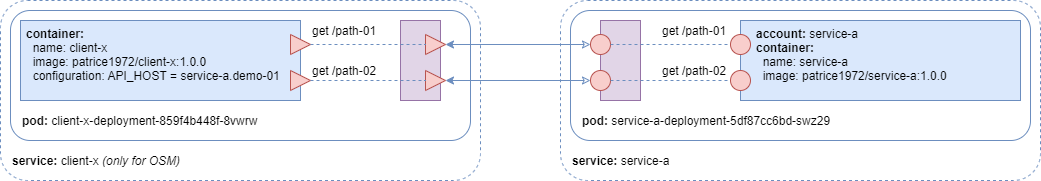
The draw.io diagram uc-01.01.fig-01.png in patricekrakow/service-mesh-use-cases, before a commit. Source tidied: cells renumbered, new cells last; positions are measured from the earlier drawing's top-left corner, leaving out a move shared by most shapes.
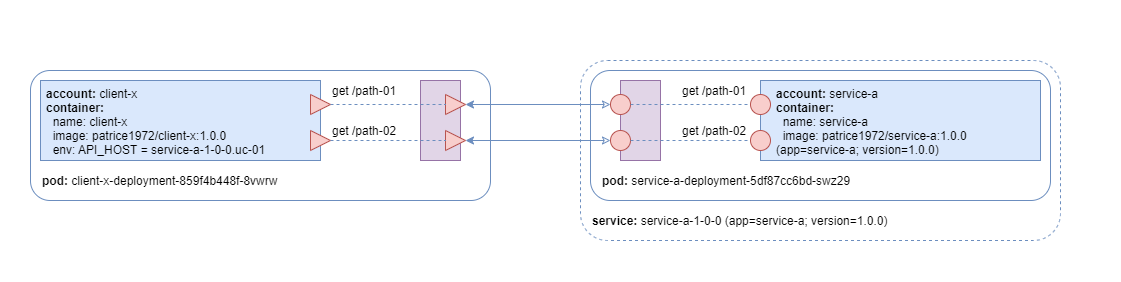
After the commit.

The edit, as a diff of the source:
```diff
@@ -2,95 +2,92 @@
   <root>
     <mxCell id="0" />
     <mxCell id="1" parent="0" />
-    <mxCell id="2" style="rounded=0;whiteSpace=wrap;html=1;fillColor=#e1d5e7;strokeColor=#9673a6;" parent="1" vertex="1">
-      <mxGeometry x="400" y="20" width="40" height="80" as="geometry" />
+    <mxCell id="2" style="rounded=0;whiteSpace=wrap;html=1;fillColor=none;strokeColor=none;" parent="1" vertex="1">
+      <mxGeometry x="-20" y="-20" width="1120" height="280" as="geometry" />
     </mxCell>
-    <mxCell id="3" style="rounded=1;whiteSpace=wrap;html=1;strokeColor=#6c8ebf;fillColor=none;dashed=1;" parent="1" vertex="1">
-      <mxGeometry width="480" height="180" as="geometry" />
+    <mxCell id="3" style="rounded=0;whiteSpace=wrap;html=1;fillColor=#e1d5e7;strokeColor=#9673a6;" parent="1" vertex="1">
+      <mxGeometry x="400" y="60" width="40" height="80" as="geometry" />
     </mxCell>
     <mxCell id="4" style="rounded=1;whiteSpace=wrap;html=1;strokeColor=#6c8ebf;fillColor=none;" parent="1" vertex="1">
-      <mxGeometry x="10" y="10" width="460" height="130" as="geometry" />
+      <mxGeometry x="10" y="50" width="460" height="130" as="geometry" />
     </mxCell>
-    <mxCell id="5" value="&lt;blockquote style=&quot;margin: 0 0 0 40px ; border: none ; padding: 0px&quot;&gt;&lt;/blockquote&gt;&lt;b&gt;container:&lt;/b&gt;&lt;br&gt;&amp;nbsp; name: client-x&lt;br&gt;&lt;blockquote style=&quot;margin: 0 0 0 40px ; border: none ; padding: 0px&quot;&gt;&lt;/blockquote&gt;&amp;nbsp; image:&amp;nbsp;patrice1972/client-x:1.0.0&lt;br&gt;&amp;nbsp; configuration:&amp;nbsp;API_HOST = service-a.demo-01" style="rounded=0;whiteSpace=wrap;html=1;fillColor=#dae8fc;strokeColor=#6c8ebf;align=left;labelPosition=center;verticalLabelPosition=middle;verticalAlign=top;spacingLeft=4;" parent="1" vertex="1">
-      <mxGeometry x="20" y="20" width="280" height="80" as="geometry" />
+    <mxCell id="5" value="&lt;blockquote style=&quot;margin: 0 0 0 40px ; border: none ; padding: 0px&quot;&gt;&lt;/blockquote&gt;&lt;b&gt;account:&lt;/b&gt; client-x&lt;br&gt;&lt;b&gt;container:&lt;/b&gt;&lt;br&gt;&amp;nbsp; name: client-x&lt;br&gt;&lt;blockquote style=&quot;margin: 0 0 0 40px ; border: none ; padding: 0px&quot;&gt;&lt;/blockquote&gt;&amp;nbsp; image:&amp;nbsp;patrice1972/client-x:1.0.0&lt;br&gt;&amp;nbsp; env:&amp;nbsp;API_HOST = service-a-1-0-0.uc-01" style="rounded=0;whiteSpace=wrap;html=1;fillColor=#dae8fc;strokeColor=#6c8ebf;align=left;labelPosition=center;verticalLabelPosition=middle;verticalAlign=top;spacingLeft=4;" parent="1" vertex="1">
+      <mxGeometry x="20" y="60" width="280" height="80" as="geometry" />
     </mxCell>
     <mxCell id="6" style="triangle;whiteSpace=wrap;html=1;fillColor=#f8cecc;strokeColor=#b85450;" parent="1" vertex="1">
-      <mxGeometry x="290" y="34" width="20" height="20" as="geometry" />
+      <mxGeometry x="290" y="74" width="20" height="20" as="geometry" />
     </mxCell>
     <mxCell id="7" style="triangle;whiteSpace=wrap;html=1;fillColor=#f8cecc;strokeColor=#b85450;" parent="1" vertex="1">
-      <mxGeometry x="290" y="70" width="20" height="20" as="geometry" />
+      <mxGeometry x="290" y="110" width="20" height="20" as="geometry" />
     </mxCell>
     <mxCell id="8" value="get /path-01" style="text;html=1;strokeColor=none;fillColor=none;align=left;verticalAlign=middle;whiteSpace=wrap;rounded=0;dashed=1;" parent="1" vertex="1">
-      <mxGeometry x="310" y="20" width="80" height="20" as="geometry" />
+      <mxGeometry x="310" y="60" width="80" height="20" as="geometry" />
     </mxCell>
     <mxCell id="9" value="get /path-02" style="text;html=1;strokeColor=none;fillColor=none;align=left;verticalAlign=middle;whiteSpace=wrap;rounded=0;dashed=1;" parent="1" vertex="1">
-      <mxGeometry x="310" y="60" width="80" height="20" as="geometry" />
+      <mxGeometry x="310" y="100" width="80" height="20" as="geometry" />
     </mxCell>
     <mxCell id="10" style="triangle;whiteSpace=wrap;html=1;fillColor=#f8cecc;strokeColor=#b85450;" parent="1" vertex="1">
-      <mxGeometry x="425" y="70" width="20" height="20" as="geometry" />
+      <mxGeometry x="425" y="110" width="20" height="20" as="geometry" />
     </mxCell>
     <mxCell id="11" value="&lt;b&gt;pod:&lt;/b&gt;&amp;nbsp;client-x-deployment-859f4b448f-8vwrw" style="text;html=1;strokeColor=none;fillColor=none;align=left;verticalAlign=middle;whiteSpace=wrap;rounded=0;dashed=1;" parent="1" vertex="1">
-      <mxGeometry x="20" y="110" width="280" height="20" as="geometry" />
+      <mxGeometry x="20" y="150" width="280" height="20" as="geometry" />
     </mxCell>
-    <mxCell id="12" value="&lt;b&gt;service:&lt;/b&gt;&amp;nbsp;client-x &lt;i&gt;(only for OSM)&lt;/i&gt;" style="text;html=1;strokeColor=none;fillColor=none;align=left;verticalAlign=middle;whiteSpace=wrap;rounded=0;dashed=1;" parent="1" vertex="1">
-      <mxGeometry x="10" y="150" width="280" height="20" as="geometry" />
+    <mxCell id="12" style="rounded=1;whiteSpace=wrap;html=1;strokeColor=#6c8ebf;fillColor=none;dashed=1;" parent="1" vertex="1">
+      <mxGeometry x="560" y="40" width="480" height="180" as="geometry" />
     </mxCell>
-    <mxCell id="13" style="rounded=1;whiteSpace=wrap;html=1;strokeColor=#6c8ebf;fillColor=none;dashed=1;" parent="1" vertex="1">
-      <mxGeometry x="560" width="480" height="180" as="geometry" />
+    <mxCell id="13" style="rounded=1;whiteSpace=wrap;html=1;strokeColor=#6c8ebf;fillColor=none;" parent="1" vertex="1">
+      <mxGeometry x="570" y="50" width="460" height="130" as="geometry" />
     </mxCell>
-    <mxCell id="14" style="rounded=1;whiteSpace=wrap;html=1;strokeColor=#6c8ebf;fillColor=none;" parent="1" vertex="1">
-      <mxGeometry x="570" y="10" width="460" height="130" as="geometry" />
+    <mxCell id="14" value="&lt;blockquote style=&quot;margin: 0 0 0 40px ; border: none ; padding: 0px&quot;&gt;&lt;/blockquote&gt;&lt;b&gt;account:&lt;/b&gt;&amp;nbsp;service-a&lt;br&gt;&lt;b&gt;container:&lt;/b&gt;&lt;br&gt;&amp;nbsp; name: service-a&lt;br&gt;&lt;blockquote style=&quot;margin: 0 0 0 40px ; border: none ; padding: 0px&quot;&gt;&lt;/blockquote&gt;&amp;nbsp; image:&amp;nbsp;patrice1972/service-a:1.0.0&lt;br&gt;(app=service-a; version=1.0.0)" style="rounded=0;whiteSpace=wrap;html=1;fillColor=#dae8fc;strokeColor=#6c8ebf;align=left;labelPosition=center;verticalLabelPosition=middle;verticalAlign=top;spacingLeft=14;" parent="1" vertex="1">
+      <mxGeometry x="740" y="60" width="280" height="80" as="geometry" />
     </mxCell>
-    <mxCell id="15" value="&lt;blockquote style=&quot;margin: 0 0 0 40px ; border: none ; padding: 0px&quot;&gt;&lt;/blockquote&gt;&lt;b&gt;account:&lt;/b&gt;&amp;nbsp;service-a&lt;br&gt;&lt;b&gt;container:&lt;/b&gt;&lt;br&gt;&amp;nbsp; name: service-a&lt;br&gt;&lt;blockquote style=&quot;margin: 0 0 0 40px ; border: none ; padding: 0px&quot;&gt;&lt;/blockquote&gt;&amp;nbsp; image:&amp;nbsp;patrice1972/service-a:1.0.0" style="rounded=0;whiteSpace=wrap;html=1;fillColor=#dae8fc;strokeColor=#6c8ebf;align=left;labelPosition=center;verticalLabelPosition=middle;verticalAlign=top;spacingLeft=14;" parent="1" vertex="1">
-      <mxGeometry x="740" y="20" width="280" height="80" as="geometry" />
+    <mxCell id="15" value="get /path-01" style="text;html=1;strokeColor=none;fillColor=none;align=left;verticalAlign=middle;whiteSpace=wrap;rounded=0;dashed=1;" parent="1" vertex="1">
+      <mxGeometry x="660" y="60" width="80" height="20" as="geometry" />
     </mxCell>
-    <mxCell id="16" value="get /path-01" style="text;html=1;strokeColor=none;fillColor=none;align=left;verticalAlign=middle;whiteSpace=wrap;rounded=0;dashed=1;" parent="1" vertex="1">
-      <mxGeometry x="660" y="20" width="80" height="20" as="geometry" />
+    <mxCell id="16" value="get /path-02" style="text;html=1;strokeColor=none;fillColor=none;align=left;verticalAlign=middle;whiteSpace=wrap;rounded=0;dashed=1;" parent="1" vertex="1">
+      <mxGeometry x="660" y="100" width="80" height="20" as="geometry" />
     </mxCell>
-    <mxCell id="17" value="get /path-02" style="text;html=1;strokeColor=none;fillColor=none;align=left;verticalAlign=middle;whiteSpace=wrap;rounded=0;dashed=1;" parent="1" vertex="1">
-      <mxGeometry x="660" y="60" width="80" height="20" as="geometry" />
+    <mxCell id="17" value="&lt;b&gt;pod:&lt;/b&gt;&amp;nbsp;service-a-deployment-5df87cc6bd-swz29" style="text;html=1;strokeColor=none;fillColor=none;align=left;verticalAlign=middle;whiteSpace=wrap;rounded=0;dashed=1;" parent="1" vertex="1">
+      <mxGeometry x="580" y="150" width="280" height="20" as="geometry" />
     </mxCell>
-    <mxCell id="18" value="&lt;b&gt;pod:&lt;/b&gt;&amp;nbsp;service-a-deployment-5df87cc6bd-swz29" style="text;html=1;strokeColor=none;fillColor=none;align=left;verticalAlign=middle;whiteSpace=wrap;rounded=0;dashed=1;" parent="1" vertex="1">
-      <mxGeometry x="580" y="110" width="280" height="20" as="geometry" />
+    <mxCell id="18" value="&lt;b&gt;service:&lt;/b&gt;&amp;nbsp;service-a-1-0-0 (app=service-a; version=1.0.0)" style="text;html=1;strokeColor=none;fillColor=none;align=left;verticalAlign=middle;whiteSpace=wrap;rounded=0;dashed=1;" parent="1" vertex="1">
+      <mxGeometry x="570" y="190" width="370" height="20" as="geometry" />
     </mxCell>
-    <mxCell id="19" value="&lt;b&gt;service:&lt;/b&gt;&amp;nbsp;service-a" style="text;html=1;strokeColor=none;fillColor=none;align=left;verticalAlign=middle;whiteSpace=wrap;rounded=0;dashed=1;" parent="1" vertex="1">
-      <mxGeometry x="570" y="150" width="280" height="20" as="geometry" />
+    <mxCell id="19" style="ellipse;whiteSpace=wrap;html=1;fillColor=#f8cecc;strokeColor=#b85450;" parent="1" vertex="1">
+      <mxGeometry x="730" y="74" width="20" height="20" as="geometry" />
     </mxCell>
     <mxCell id="20" style="ellipse;whiteSpace=wrap;html=1;fillColor=#f8cecc;strokeColor=#b85450;" parent="1" vertex="1">
-      <mxGeometry x="730" y="34" width="20" height="20" as="geometry" />
+      <mxGeometry x="730" y="110" width="20" height="20" as="geometry" />
     </mxCell>
-    <mxCell id="21" style="ellipse;whiteSpace=wrap;html=1;fillColor=#f8cecc;strokeColor=#b85450;" parent="1" vertex="1">
-      <mxGeometry x="730" y="70" width="20" height="20" as="geometry" />
+    <mxCell id="21" style="rounded=0;whiteSpace=wrap;html=1;fillColor=#e1d5e7;strokeColor=#9673a6;" parent="1" vertex="1">
+      <mxGeometry x="600" y="60" width="40" height="80" as="geometry" />
     </mxCell>
-    <mxCell id="22" style="rounded=0;whiteSpace=wrap;html=1;fillColor=#e1d5e7;strokeColor=#9673a6;" parent="1" vertex="1">
-      <mxGeometry x="600" y="20" width="40" height="80" as="geometry" />
+    <mxCell id="22" style="ellipse;whiteSpace=wrap;html=1;fillColor=#f8cecc;strokeColor=#b85450;" parent="1" vertex="1">
+      <mxGeometry x="590" y="74" width="20" height="20" as="geometry" />
     </mxCell>
     <mxCell id="23" style="ellipse;whiteSpace=wrap;html=1;fillColor=#f8cecc;strokeColor=#b85450;" parent="1" vertex="1">
-      <mxGeometry x="590" y="34" width="20" height="20" as="geometry" />
+      <mxGeometry x="590" y="110" width="20" height="20" as="geometry" />
     </mxCell>
-    <mxCell id="24" style="ellipse;whiteSpace=wrap;html=1;fillColor=#f8cecc;strokeColor=#b85450;" parent="1" vertex="1">
-      <mxGeometry x="590" y="70" width="20" height="20" as="geometry" />
+    <mxCell id="24" style="endArrow=classic;startArrow=classic;html=1;fillColor=#dae8fc;strokeColor=#6c8ebf;exitX=1;exitY=0.5;exitDx=0;exitDy=0;entryX=0;entryY=0.5;entryDx=0;entryDy=0;endFill=0;" parent="1" edge="1" source="25" target="22">
+      <mxGeometry relative="1" as="geometry" />
     </mxCell>
-    <mxCell id="25" style="endArrow=classic;startArrow=classic;html=1;fillColor=#dae8fc;strokeColor=#6c8ebf;exitX=1;exitY=0.5;exitDx=0;exitDy=0;entryX=0;entryY=0.5;entryDx=0;entryDy=0;endFill=0;" parent="1" edge="1" source="26" target="23">
-      <mxGeometry relative="1" as="geometry" />
+    <mxCell id="25" style="triangle;whiteSpace=wrap;html=1;fillColor=#f8cecc;strokeColor=#b85450;" parent="1" vertex="1">
+      <mxGeometry x="425" y="74" width="20" height="20" as="geometry" />
     </mxCell>
-    <mxCell id="26" style="triangle;whiteSpace=wrap;html=1;fillColor=#f8cecc;strokeColor=#b85450;" parent="1" vertex="1">
-      <mxGeometry x="425" y="34" width="20" height="20" as="geometry" />
+    <mxCell id="26" style="endArrow=classic;startArrow=classic;html=1;fillColor=#dae8fc;strokeColor=#6c8ebf;exitX=1;exitY=0.5;exitDx=0;exitDy=0;entryX=0;entryY=0.5;entryDx=0;entryDy=0;endFill=0;" parent="1" edge="1" source="10" target="23">
+      <mxGeometry relative="1" as="geometry" />
     </mxCell>
-    <mxCell id="27" style="endArrow=classic;startArrow=classic;html=1;fillColor=#dae8fc;strokeColor=#6c8ebf;exitX=1;exitY=0.5;exitDx=0;exitDy=0;entryX=0;entryY=0.5;entryDx=0;entryDy=0;endFill=0;" parent="1" edge="1" source="10" target="24">
+    <mxCell id="27" style="endArrow=none;html=1;fillColor=#dae8fc;strokeColor=#6c8ebf;dashed=1;exitX=1;exitY=0.5;exitDx=0;exitDy=0;entryX=0;entryY=0.5;entryDx=0;entryDy=0;" parent="1" edge="1" source="6" target="25">
       <mxGeometry relative="1" as="geometry" />
     </mxCell>
-    <mxCell id="28" style="endArrow=none;html=1;fillColor=#dae8fc;strokeColor=#6c8ebf;dashed=1;exitX=1;exitY=0.5;exitDx=0;exitDy=0;entryX=0;entryY=0.5;entryDx=0;entryDy=0;" parent="1" edge="1" source="6" target="26">
+    <mxCell id="28" style="endArrow=none;html=1;fillColor=#dae8fc;strokeColor=#6c8ebf;dashed=1;exitX=0;exitY=1;exitDx=0;exitDy=0;entryX=0;entryY=0.5;entryDx=0;entryDy=0;" parent="1" edge="1" source="9" target="10">
       <mxGeometry relative="1" as="geometry" />
     </mxCell>
-    <mxCell id="29" style="endArrow=none;html=1;fillColor=#dae8fc;strokeColor=#6c8ebf;dashed=1;exitX=0;exitY=1;exitDx=0;exitDy=0;entryX=0;entryY=0.5;entryDx=0;entryDy=0;" parent="1" edge="1" source="9" target="10">
+    <mxCell id="29" style="endArrow=none;html=1;fillColor=#dae8fc;strokeColor=#6c8ebf;dashed=1;exitX=1;exitY=0.5;exitDx=0;exitDy=0;entryX=0;entryY=0.5;entryDx=0;entryDy=0;" parent="1" edge="1" source="22" target="19">
       <mxGeometry relative="1" as="geometry" />
     </mxCell>
     <mxCell id="30" style="endArrow=none;html=1;fillColor=#dae8fc;strokeColor=#6c8ebf;dashed=1;exitX=1;exitY=0.5;exitDx=0;exitDy=0;entryX=0;entryY=0.5;entryDx=0;entryDy=0;" parent="1" edge="1" source="23" target="20">
       <mxGeometry relative="1" as="geometry" />
     </mxCell>
-    <mxCell id="31" style="endArrow=none;html=1;fillColor=#dae8fc;strokeColor=#6c8ebf;dashed=1;exitX=1;exitY=0.5;exitDx=0;exitDy=0;entryX=0;entryY=0.5;entryDx=0;entryDy=0;" parent="1" edge="1" source="24" target="21">
-      <mxGeometry relative="1" as="geometry" />
-    </mxCell>
   </root>
 </mxGraphModel>
```
